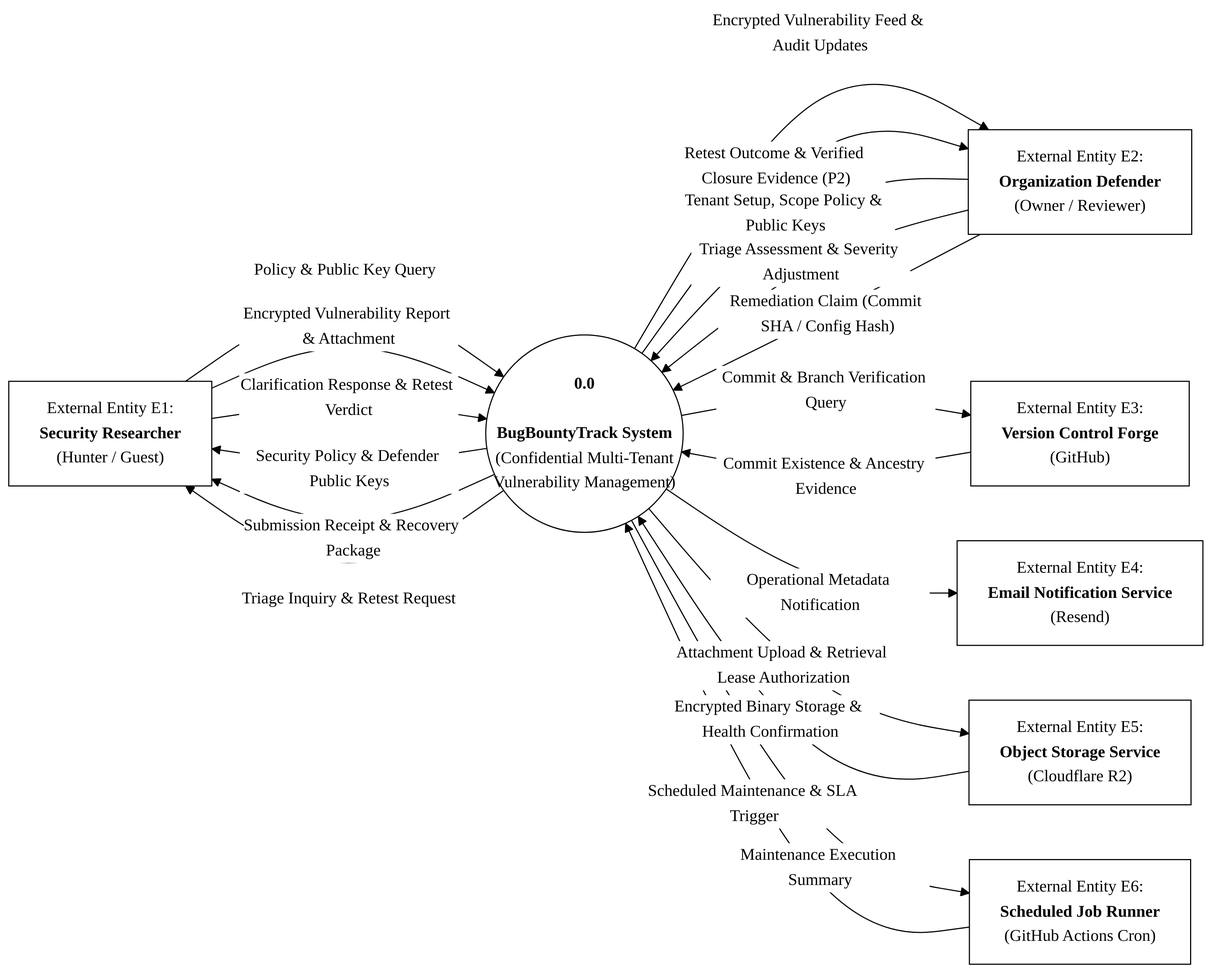
Before: architecture/diagrams/fig3_2_dfd_level_0.png, a diagram exported from Mermaid (Taha-Asad/BugBountyTracker). Its source is kept beside it as architecture/diagrams/fig3_2_dfd_level_0.mmd.
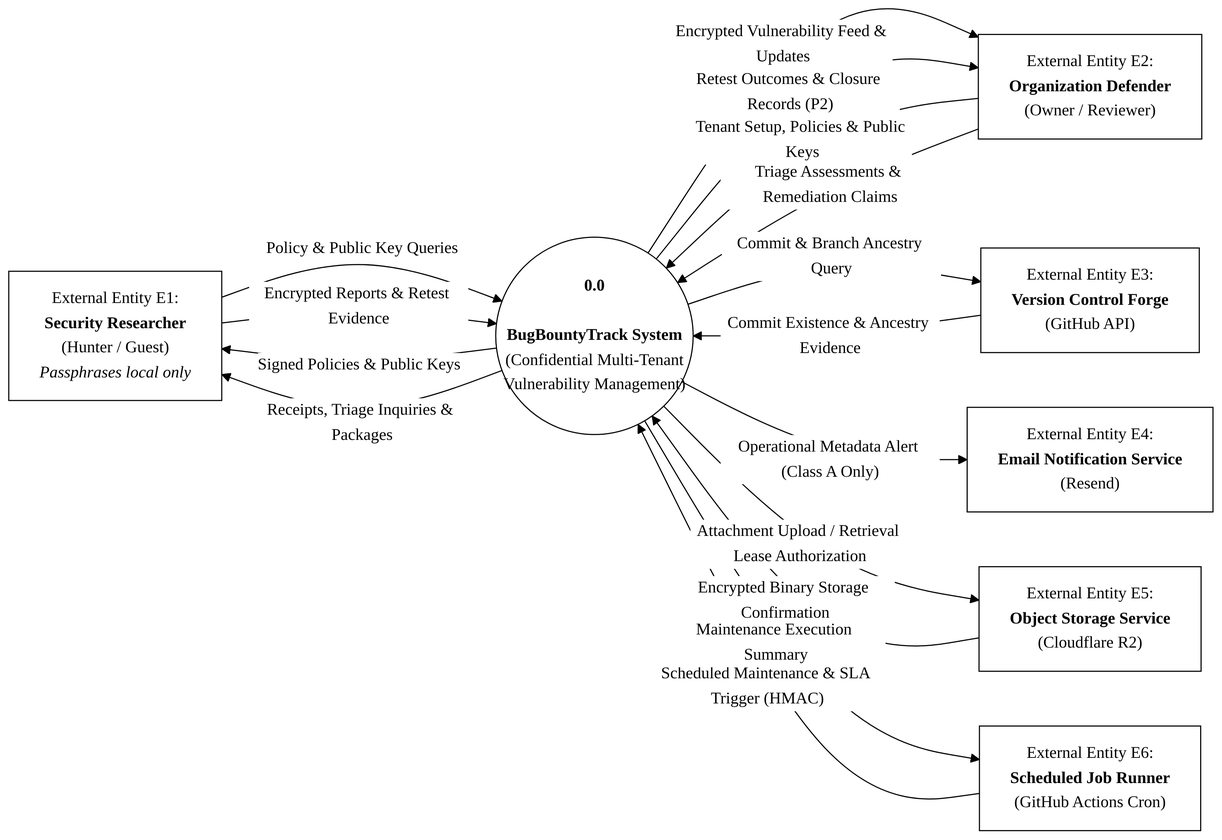
The same file after the commit.

Change to the diagram source:
```diff
@@ -1,33 +1,30 @@
 flowchart LR
-    E1["External Entity E1:<br/><b>Security Researcher</b><br/>(Hunter / Guest)"]
+    E1["External Entity E1:<br/><b>Security Researcher</b><br/>(Hunter / Guest)<br/><i>Passphrases local only</i>"]
     E2["External Entity E2:<br/><b>Organization Defender</b><br/>(Owner / Reviewer)"]
-    E3["External Entity E3:<br/><b>Version Control Forge</b><br/>(GitHub)"]
+    E3["External Entity E3:<br/><b>Version Control Forge</b><br/>(GitHub API)"]
     E4["External Entity E4:<br/><b>Email Notification Service</b><br/>(Resend)"]
     E5["External Entity E5:<br/><b>Object Storage Service</b><br/>(Cloudflare R2)"]
     E6["External Entity E6:<br/><b>Scheduled Job Runner</b><br/>(GitHub Actions Cron)"]
 
     BBT(("<b>0.0</b><br/><br/><b>BugBountyTrack System</b><br/>(Confidential Multi-Tenant<br/>Vulnerability Management)"))
 
-    E1 -- "Policy & Public Key Query" --> BBT
-    BBT -- "Security Policy & Defender Public Keys" --> E1
-    E1 -- "Encrypted Vulnerability Report & Attachment" --> BBT
-    BBT -- "Submission Receipt & Recovery Package" --> E1
-    E1 -- "Clarification Response & Retest Verdict" --> BBT
-    BBT -- "Triage Inquiry & Retest Request" --> E1
+    E1 -- "Policy & Public Key Queries" --> BBT
+    BBT -- "Signed Policies & Public Keys" --> E1
+    E1 -- "Encrypted Reports & Retest Evidence" --> BBT
+    BBT -- "Receipts, Triage Inquiries & Packages" --> E1
 
-    E2 -- "Tenant Setup, Scope Policy & Public Keys" --> BBT
-    BBT -- "Encrypted Vulnerability Feed & Audit Updates" --> E2
-    E2 -- "Triage Assessment & Severity Adjustment" --> BBT
-    E2 -- "Remediation Claim (Commit SHA / Config Hash)" --> BBT
-    BBT -- "Retest Outcome & Verified Closure Evidence (P2)" --> E2
+    E2 -- "Tenant Setup, Policies & Public Keys" --> BBT
+    BBT -- "Encrypted Vulnerability Feed & Updates" --> E2
+    E2 -- "Triage Assessments & Remediation Claims" --> BBT
+    BBT -- "Retest Outcomes & Closure Records (P2)" --> E2
 
-    BBT -- "Commit & Branch Verification Query" --> E3
+    BBT -- "Commit & Branch Ancestry Query" --> E3
     E3 -- "Commit Existence & Ancestry Evidence" --> BBT
 
-    BBT -- "Operational Metadata Notification" --> E4
+    BBT -- "Operational Metadata Alert (Class A Only)" --> E4
 
-    BBT -- "Attachment Upload & Retrieval Lease Authorization" --> E5
-    E5 -- "Encrypted Binary Storage & Health Confirmation" --> BBT
+    BBT -- "Attachment Upload / Retrieval Lease Authorization" --> E5
+    E5 -- "Encrypted Binary Storage Confirmation" --> BBT
 
-    E6 -- "Scheduled Maintenance & SLA Trigger" --> BBT
+    E6 -- "Scheduled Maintenance & SLA Trigger (HMAC)" --> BBT
     BBT -- "Maintenance Execution Summary" --> E6
```
